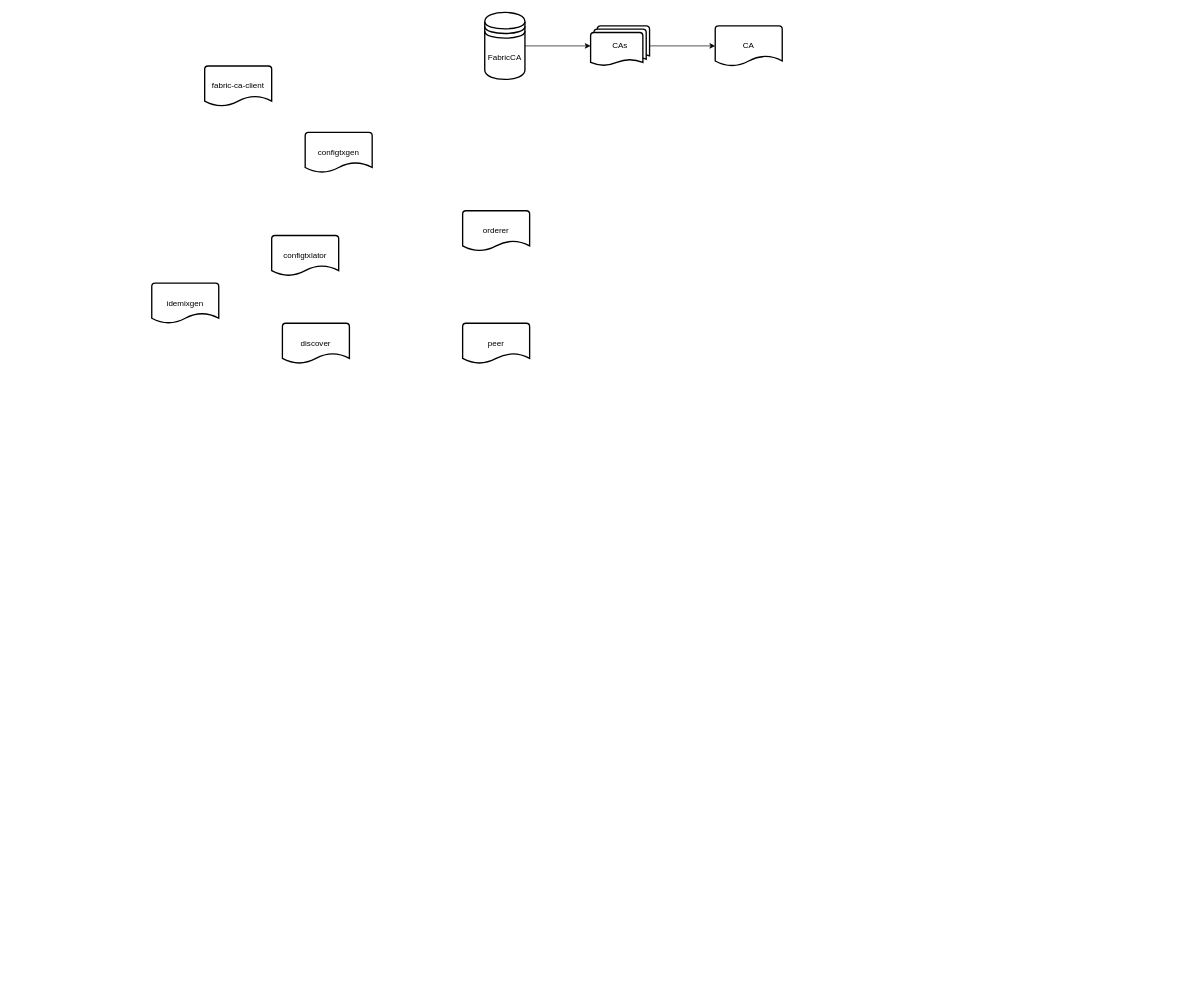
This is fabric-ca.drawio from yiuked/diagram, a draw.io file, before an edit. Source tidied: cells renumbered, new cells numbered last; positions are measured from the earlier drawing's top-left corner, leaving out a move shared by most shapes. Both pictures are drawn from the tidied source at 67%, with x=0, y=0 at pixel (151, 12).
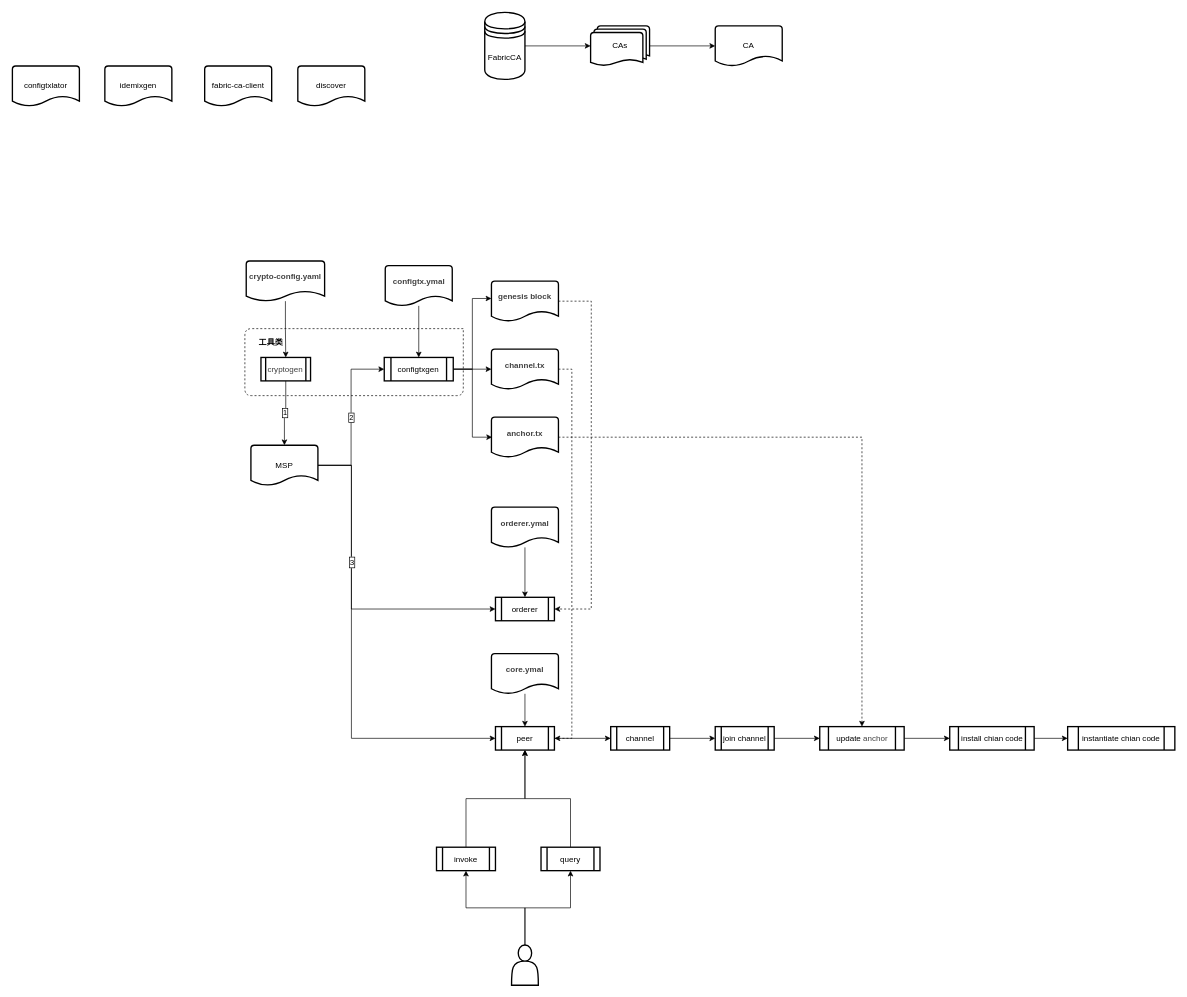
Above is the later version.

Diff of the diagram source:
```diff
@@
-    <mxCell id="7" value="orderer" style="strokeWidth=2;html=1;shape=mxgraph.flowchart.document2;whiteSpace=wrap;size=0.25;" parent="1" vertex="1">
-      <mxGeometry x="464" y="296" width="100" height="60" as="geometry" />
-    </mxCell>
-    <mxCell id="8" value="peer" style="strokeWidth=2;html=1;shape=mxgraph.flowchart.document2;whiteSpace=wrap;size=0.25;" parent="1" vertex="1">
-      <mxGeometry x="464" y="464" width="100" height="60" as="geometry" />
-    </mxCell>
-    <mxCell id="9" value="configtxgen" style="strokeWidth=2;html=1;shape=mxgraph.flowchart.document2;whiteSpace=wrap;size=0.25;" parent="1" vertex="1">
-      <mxGeometry x="229" y="179" width="100" height="60" as="geometry" />
-    </mxCell>
     <mxCell id="10" value="configtxlator" style="strokeWidth=2;html=1;shape=mxgraph.flowchart.document2;whiteSpace=wrap;size=0.25;" parent="1" vertex="1">
-      <mxGeometry x="179" y="333" width="100" height="60" as="geometry" />
+      <mxGeometry x="-208" y="80" width="100" height="60" as="geometry" />
     </mxCell>
     <mxCell id="11" value="discover" style="strokeWidth=2;html=1;shape=mxgraph.flowchart.document2;whiteSpace=wrap;size=0.25;" parent="1" vertex="1">
-      <mxGeometry x="195" y="464" width="100" height="60" as="geometry" />
+      <mxGeometry x="218" y="80" width="100" height="60" as="geometry" />
     </mxCell>
     <mxCell id="12" value="idemixgen" style="strokeWidth=2;html=1;shape=mxgraph.flowchart.document2;whiteSpace=wrap;size=0.25;" parent="1" vertex="1">
-      <mxGeometry y="404" width="100" height="60" as="geometry" />
+      <mxGeometry x="-70" y="80" width="100" height="60" as="geometry" />
     </mxCell>
@@
+    <mxCell id="14" value="1" style="edgeStyle=orthogonalEdgeStyle;rounded=0;jettySize=auto;html=1;exitX=0.5;exitY=1;exitDx=0;exitDy=0;labelBorderColor=#000000;" parent="1" edge="1" source="15" target="20">
+      <mxGeometry relative="1" as="geometry" />
+    </mxCell>
+    <mxCell id="15" value="&lt;span style=&quot;color: rgb(64 , 64 , 64)&quot;&gt;cryptogen&lt;/span&gt;" style="shape=process;whiteSpace=wrap;html=1;backgroundOutline=1;strokeWidth=2;" parent="1" vertex="1">
+      <mxGeometry x="163" y="515" width="74" height="35" as="geometry" />
+    </mxCell>
+    <mxCell id="16" value="2" style="edgeStyle=orthogonalEdgeStyle;rounded=0;jettySize=auto;html=1;entryX=0;entryY=0.5;entryDx=0;entryDy=0;labelBorderColor=#000000;" parent="1" edge="1" source="20" target="9">
+      <mxGeometry relative="1" as="geometry" />
+    </mxCell>
+    <mxCell id="17" style="edgeStyle=orthogonalEdgeStyle;rounded=0;jettySize=auto;html=1;entryX=0;entryY=0.5;entryDx=0;entryDy=0;" parent="1" edge="1" source="20" target="7">
+      <mxGeometry relative="1" as="geometry">
+        <Array as="points">
+          <mxPoint x="298" y="676" />
+          <mxPoint x="298" y="891" />
+        </Array>
+      </mxGeometry>
+    </mxCell>
+    <mxCell id="18" style="edgeStyle=orthogonalEdgeStyle;rounded=0;jettySize=auto;html=1;entryX=0;entryY=0.5;entryDx=0;entryDy=0;" parent="1" edge="1" source="20" target="8">
+      <mxGeometry relative="1" as="geometry">
+        <Array as="points">
+          <mxPoint x="298" y="676" />
+          <mxPoint x="298" y="1084" />
+        </Array>
+      </mxGeometry>
+    </mxCell>
+    <mxCell id="19" value="3" style="text;html=1;align=center;verticalAlign=middle;labelBackgroundColor=#ffffff;labelBorderColor=#000000;" parent="18" vertex="1">
+      <mxGeometry x="-0.28" relative="1" as="geometry">
+        <mxPoint y="-48" as="offset" />
+      </mxGeometry>
+    </mxCell>
+    <mxCell id="20" value="MSP" style="strokeWidth=2;html=1;shape=mxgraph.flowchart.document2;whiteSpace=wrap;size=0.25;" parent="1" vertex="1">
+      <mxGeometry x="148" y="646" width="100" height="60" as="geometry" />
+    </mxCell>
+    <mxCell id="21" style="edgeStyle=orthogonalEdgeStyle;rounded=0;jettySize=auto;html=1;exitX=1;exitY=0.5;exitDx=0;exitDy=0;entryX=0;entryY=0.433;entryDx=0;entryDy=0;entryPerimeter=0;" parent="1" edge="1" source="9" target="25">
+      <mxGeometry relative="1" as="geometry" />
+    </mxCell>
+    <mxCell id="22" style="edgeStyle=orthogonalEdgeStyle;rounded=0;jettySize=auto;html=1;exitX=1;exitY=0.5;exitDx=0;exitDy=0;" parent="1" edge="1" source="9" target="27">
+      <mxGeometry relative="1" as="geometry" />
+    </mxCell>
+    <mxCell id="23" style="edgeStyle=orthogonalEdgeStyle;rounded=0;jettySize=auto;html=1;exitX=1;exitY=0.5;exitDx=0;exitDy=0;entryX=0.01;entryY=0.5;entryDx=0;entryDy=0;entryPerimeter=0;" parent="1" edge="1" source="9" target="29">
+      <mxGeometry relative="1" as="geometry" />
+    </mxCell>
+    <mxCell id="9" value="configtxgen" style="shape=process;whiteSpace=wrap;html=1;backgroundOutline=1;strokeWidth=2;" parent="1" vertex="1">
+      <mxGeometry x="347" y="515" width="103" height="35" as="geometry" />
+    </mxCell>
+    <mxCell id="24" style="edgeStyle=orthogonalEdgeStyle;rounded=0;jettySize=auto;html=1;entryX=1;entryY=0.5;entryDx=0;entryDy=0;fontSize=16;dashed=1;" parent="1" edge="1" source="25" target="7">
+      <mxGeometry relative="1" as="geometry">
+        <Array as="points">
+          <mxPoint x="656" y="431" />
+          <mxPoint x="656" y="891" />
+        </Array>
+      </mxGeometry>
+    </mxCell>
+    <mxCell id="25" value="&lt;h2 style=&quot;box-sizing: border-box ; margin: 0px 0px 16px ; color: rgb(64 , 64 , 64)&quot;&gt;&lt;font style=&quot;font-size: 12px&quot;&gt;genesis block&lt;/font&gt;&lt;/h2&gt;" style="strokeWidth=2;html=1;shape=mxgraph.flowchart.document2;whiteSpace=wrap;size=0.25;" parent="1" vertex="1">
+      <mxGeometry x="507" y="401" width="100" height="60" as="geometry" />
+    </mxCell>
+    <mxCell id="26" style="edgeStyle=orthogonalEdgeStyle;rounded=0;jettySize=auto;html=1;entryX=1;entryY=0.5;entryDx=0;entryDy=0;fontSize=16;dashed=1;" parent="1" edge="1" source="27" target="8">
+      <mxGeometry relative="1" as="geometry">
+        <Array as="points">
+          <mxPoint x="627" y="533" />
+          <mxPoint x="627" y="1084" />
+        </Array>
+      </mxGeometry>
+    </mxCell>
+    <mxCell id="27" value="&lt;h2 style=&quot;box-sizing: border-box ; margin: 0px 0px 16px ; color: rgb(64 , 64 , 64)&quot;&gt;&lt;font style=&quot;font-size: 12px&quot;&gt;channel.tx&lt;/font&gt;&lt;/h2&gt;" style="strokeWidth=2;html=1;shape=mxgraph.flowchart.document2;whiteSpace=wrap;size=0.25;" parent="1" vertex="1">
+      <mxGeometry x="507" y="502.5" width="100" height="60" as="geometry" />
+    </mxCell>
+    <mxCell id="28" style="edgeStyle=orthogonalEdgeStyle;rounded=0;jettySize=auto;html=1;fontSize=16;dashed=1;" parent="1" edge="1" source="29" target="46">
+      <mxGeometry relative="1" as="geometry" />
+    </mxCell>
+    <mxCell id="29" value="&lt;h2 style=&quot;box-sizing: border-box ; margin: 0px 0px 16px ; color: rgb(64 , 64 , 64)&quot;&gt;&lt;font style=&quot;font-size: 12px&quot;&gt;anchor.tx&lt;/font&gt;&lt;/h2&gt;" style="strokeWidth=2;html=1;shape=mxgraph.flowchart.document2;whiteSpace=wrap;size=0.25;" parent="1" vertex="1">
+      <mxGeometry x="507" y="604" width="100" height="60" as="geometry" />
+    </mxCell>
+    <mxCell id="7" value="orderer" style="shape=process;whiteSpace=wrap;html=1;backgroundOutline=1;strokeWidth=2;" parent="1" vertex="1">
+      <mxGeometry x="513" y="873" width="88" height="35" as="geometry" />
+    </mxCell>
+    <mxCell id="30" style="edgeStyle=orthogonalEdgeStyle;rounded=0;jettySize=auto;html=1;exitX=1;exitY=0.5;exitDx=0;exitDy=0;fontSize=16;" parent="1" edge="1" source="8" target="42">
+      <mxGeometry relative="1" as="geometry" />
+    </mxCell>
+    <mxCell id="8" value="peer" style="shape=process;whiteSpace=wrap;html=1;backgroundOutline=1;strokeWidth=2;" parent="1" vertex="1">
+      <mxGeometry x="513" y="1066" width="88" height="35" as="geometry" />
+    </mxCell>
+    <mxCell id="31" style="endArrow=none;dashed=1;html=1;" parent="1" edge="1">
+      <mxGeometry relative="1" as="geometry">
+        <mxPoint x="465" y="472" as="sourcePoint" />
+        <mxPoint x="465" y="472" as="targetPoint" />
+        <Array as="points">
+          <mxPoint x="139" y="472" />
+          <mxPoint x="139" y="572" />
+          <mxPoint x="465" y="572" />
+        </Array>
+      </mxGeometry>
+    </mxCell>
+    <mxCell id="32" value="工具类" style="text;html=1;strokeColor=none;fillColor=none;align=center;verticalAlign=middle;whiteSpace=wrap;rounded=0;fontStyle=1;" parent="1" vertex="1">
+      <mxGeometry x="158" y="483" width="40" height="20" as="geometry" />
+    </mxCell>
+    <mxCell id="33" style="edgeStyle=orthogonalEdgeStyle;rounded=0;jettySize=auto;html=1;fontSize=16;" parent="1" edge="1" source="34" target="9">
+      <mxGeometry relative="1" as="geometry" />
+    </mxCell>
+    <mxCell id="34" value="&lt;h2 style=&quot;box-sizing: border-box ; margin: 0px 0px 16px ; color: rgb(64 , 64 , 64)&quot;&gt;&lt;font style=&quot;font-size: 12px&quot;&gt;configtx.ymal&lt;/font&gt;&lt;/h2&gt;" style="strokeWidth=2;html=1;shape=mxgraph.flowchart.document2;whiteSpace=wrap;size=0.25;" parent="1" vertex="1">
+      <mxGeometry x="348.5" y="378" width="100" height="60" as="geometry" />
+    </mxCell>
+    <mxCell id="35" style="edgeStyle=orthogonalEdgeStyle;rounded=0;jettySize=auto;html=1;entryX=0.5;entryY=0;entryDx=0;entryDy=0;fontSize=16;" parent="1" edge="1" source="36" target="15">
+      <mxGeometry relative="1" as="geometry" />
+    </mxCell>
+    <mxCell id="36" value="&lt;h2 style=&quot;box-sizing: border-box ; margin: 0px 0px 16px ; color: rgb(64 , 64 , 64)&quot;&gt;&lt;font style=&quot;font-size: 12px&quot;&gt;crypto-config.yaml&lt;/font&gt;&lt;/h2&gt;" style="strokeWidth=2;html=1;shape=mxgraph.flowchart.document2;whiteSpace=wrap;size=0.25;" parent="1" vertex="1">
+      <mxGeometry x="141" y="371" width="117" height="60" as="geometry" />
+    </mxCell>
+    <mxCell id="37" style="edgeStyle=orthogonalEdgeStyle;rounded=0;jettySize=auto;html=1;entryX=0.5;entryY=0;entryDx=0;entryDy=0;fontSize=16;" parent="1" edge="1" source="38" target="7">
+      <mxGeometry relative="1" as="geometry" />
+    </mxCell>
+    <mxCell id="38" value="&lt;h2 style=&quot;box-sizing: border-box ; margin: 0px 0px 16px ; color: rgb(64 , 64 , 64)&quot;&gt;&lt;font style=&quot;font-size: 12px&quot;&gt;orderer.ymal&lt;/font&gt;&lt;/h2&gt;" style="strokeWidth=2;html=1;shape=mxgraph.flowchart.document2;whiteSpace=wrap;size=0.25;" parent="1" vertex="1">
+      <mxGeometry x="507" y="738.5" width="100" height="60" as="geometry" />
+    </mxCell>
+    <mxCell id="39" style="edgeStyle=orthogonalEdgeStyle;rounded=0;jettySize=auto;html=1;entryX=0.5;entryY=0;entryDx=0;entryDy=0;fontSize=16;" parent="1" edge="1" source="40" target="8">
+      <mxGeometry relative="1" as="geometry" />
+    </mxCell>
+    <mxCell id="40" value="&lt;h2 style=&quot;box-sizing: border-box ; margin: 0px 0px 16px ; color: rgb(64 , 64 , 64)&quot;&gt;&lt;font style=&quot;font-size: 12px&quot;&gt;core.ymal&lt;/font&gt;&lt;/h2&gt;" style="strokeWidth=2;html=1;shape=mxgraph.flowchart.document2;whiteSpace=wrap;size=0.25;" parent="1" vertex="1">
+      <mxGeometry x="507" y="957" width="100" height="60" as="geometry" />
+    </mxCell>
+    <mxCell id="41" style="edgeStyle=orthogonalEdgeStyle;rounded=0;jettySize=auto;html=1;exitX=1;exitY=0.5;exitDx=0;exitDy=0;fontSize=16;" parent="1" edge="1" source="42" target="44">
+      <mxGeometry relative="1" as="geometry" />
+    </mxCell>
+    <mxCell id="42" value="channel" style="shape=process;whiteSpace=wrap;html=1;backgroundOutline=1;strokeWidth=2;" parent="1" vertex="1">
+      <mxGeometry x="685" y="1066" width="88" height="35" as="geometry" />
+    </mxCell>
+    <mxCell id="43" style="edgeStyle=orthogonalEdgeStyle;rounded=0;jettySize=auto;html=1;exitX=1;exitY=0.5;exitDx=0;exitDy=0;fontSize=16;" parent="1" edge="1" source="44" target="46">
+      <mxGeometry relative="1" as="geometry" />
+    </mxCell>
+    <mxCell id="44" value="join channel" style="shape=process;whiteSpace=wrap;html=1;backgroundOutline=1;strokeWidth=2;" parent="1" vertex="1">
+      <mxGeometry x="841" y="1066" width="88" height="35" as="geometry" />
+    </mxCell>
+    <mxCell id="45" style="edgeStyle=orthogonalEdgeStyle;rounded=0;jettySize=auto;html=1;exitX=1;exitY=0.5;exitDx=0;exitDy=0;fontSize=16;" parent="1" edge="1" source="46" target="48">
+      <mxGeometry relative="1" as="geometry" />
+    </mxCell>
+    <mxCell id="46" value="update&amp;nbsp;&lt;span style=&quot;color: rgb(64 , 64 , 64)&quot;&gt;anchor&lt;/span&gt;" style="shape=process;whiteSpace=wrap;html=1;backgroundOutline=1;strokeWidth=2;" parent="1" vertex="1">
+      <mxGeometry x="997" y="1066" width="126" height="35" as="geometry" />
+    </mxCell>
+    <mxCell id="47" style="edgeStyle=orthogonalEdgeStyle;rounded=0;jettySize=auto;html=1;exitX=1;exitY=0.5;exitDx=0;exitDy=0;entryX=0;entryY=0.5;entryDx=0;entryDy=0;fontSize=16;" parent="1" edge="1" source="48" target="49">
+      <mxGeometry relative="1" as="geometry" />
+    </mxCell>
+    <mxCell id="48" value="install chian code" style="shape=process;whiteSpace=wrap;html=1;backgroundOutline=1;strokeWidth=2;" parent="1" vertex="1">
+      <mxGeometry x="1191" y="1066" width="126" height="35" as="geometry" />
+    </mxCell>
+    <mxCell id="49" value="instantiate chian code" style="shape=process;whiteSpace=wrap;html=1;backgroundOutline=1;strokeWidth=2;" parent="1" vertex="1">
+      <mxGeometry x="1367" y="1066" width="160" height="35" as="geometry" />
+    </mxCell>
+    <mxCell id="50" style="edgeStyle=orthogonalEdgeStyle;rounded=0;jettySize=auto;html=1;exitX=0.5;exitY=0;exitDx=0;exitDy=0;entryX=0.5;entryY=1;entryDx=0;entryDy=0;fontSize=16;" parent="1" edge="1" source="52" target="54">
+      <mxGeometry relative="1" as="geometry" />
+    </mxCell>
+    <mxCell id="51" style="edgeStyle=orthogonalEdgeStyle;rounded=0;jettySize=auto;html=1;exitX=0.5;exitY=0;exitDx=0;exitDy=0;entryX=0.5;entryY=1;entryDx=0;entryDy=0;fontSize=16;" parent="1" edge="1" source="52" target="56">
+      <mxGeometry relative="1" as="geometry" />
+    </mxCell>
+    <mxCell id="52" style="shape=actor;whiteSpace=wrap;html=1;strokeWidth=2;fontSize=16;" parent="1" vertex="1">
+      <mxGeometry x="537" y="1392" width="40" height="60" as="geometry" />
+    </mxCell>
+    <mxCell id="53" style="edgeStyle=orthogonalEdgeStyle;rounded=0;jettySize=auto;html=1;exitX=0.5;exitY=0;exitDx=0;exitDy=0;entryX=0.5;entryY=1;entryDx=0;entryDy=0;fontSize=16;" parent="1" edge="1" source="54" target="8">
+      <mxGeometry relative="1" as="geometry" />
+    </mxCell>
+    <mxCell id="54" value="invoke" style="shape=process;whiteSpace=wrap;html=1;backgroundOutline=1;strokeWidth=2;" parent="1" vertex="1">
+      <mxGeometry x="425" y="1246" width="88" height="35" as="geometry" />
+    </mxCell>
+    <mxCell id="55" style="edgeStyle=orthogonalEdgeStyle;rounded=0;jettySize=auto;html=1;exitX=0.5;exitY=0;exitDx=0;exitDy=0;entryX=0.5;entryY=1;entryDx=0;entryDy=0;fontSize=16;" parent="1" edge="1" source="56" target="8">
+      <mxGeometry relative="1" as="geometry" />
+    </mxCell>
+    <mxCell id="56" value="query" style="shape=process;whiteSpace=wrap;html=1;backgroundOutline=1;strokeWidth=2;" parent="1" vertex="1">
+      <mxGeometry x="581" y="1246" width="88" height="35" as="geometry" />
+    </mxCell>
```
